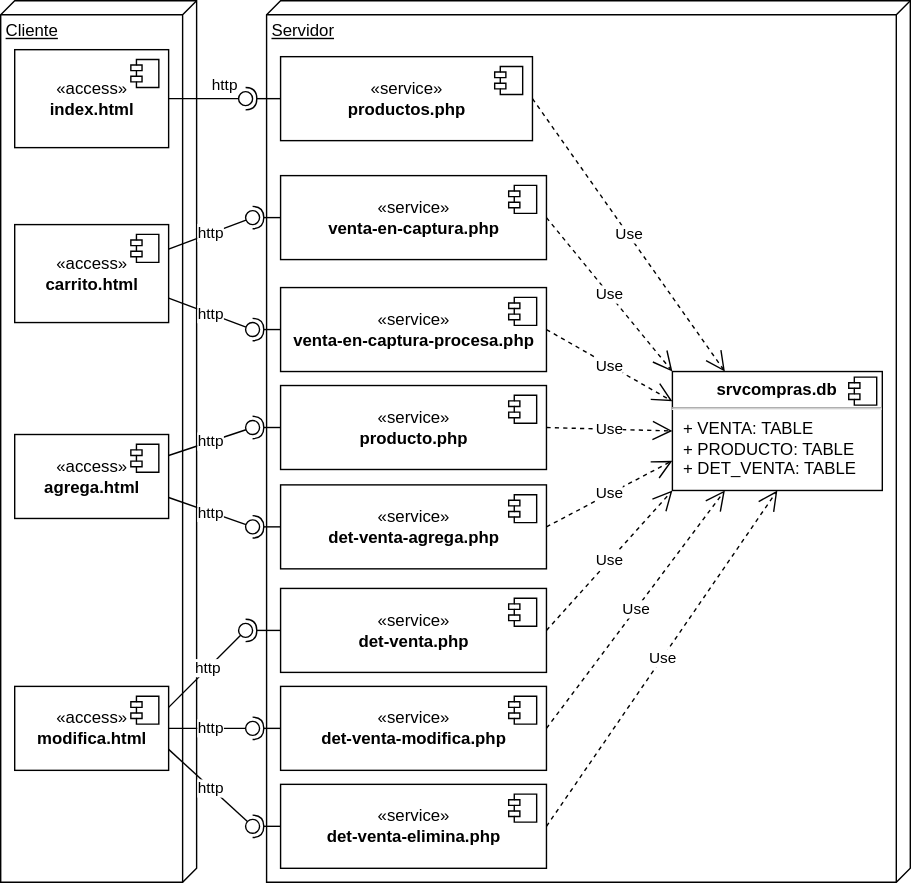
The draw.io diagram img/m21compras/comprasdeploy.drawio.svg in gilpgawoas/gilpgawoas.github.io, before a commit. Source tidied: cells renumbered, new cells last; positions are measured from the earlier drawing's top-left corner, leaving out a move shared by most shapes.
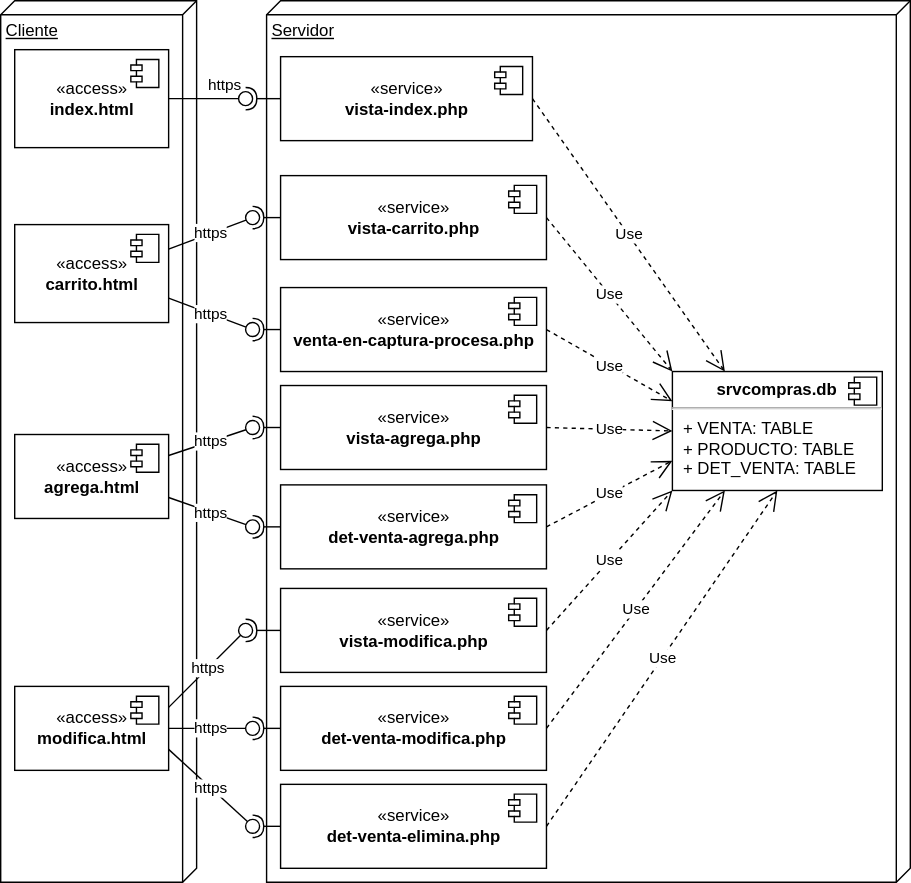
After the commit.

Diff of the diagram source:
```diff
@@ -16,7 +16,7 @@
     <mxCell id="5" value="Servidor" style="verticalAlign=top;align=left;spacingTop=8;spacingLeft=2;spacingRight=12;shape=cube;size=10;direction=south;fontStyle=4;html=1;" parent="1" vertex="1">
       <mxGeometry x="190" width="460" height="630" as="geometry" />
     </mxCell>
-    <mxCell id="6" value="«service»&lt;br&gt;&lt;b&gt;productos.php&lt;/b&gt;" style="html=1;" parent="1" vertex="1">
+    <mxCell id="6" value="«service»&lt;br&gt;&lt;b&gt;vista-index.php&lt;/b&gt;" style="html=1;" parent="1" vertex="1">
       <mxGeometry x="200" y="40" width="180" height="60" as="geometry" />
     </mxCell>
     <mxCell id="7" style="shape=module;jettyWidth=8;jettyHeight=4;" parent="6" vertex="1">
@@ -60,7 +60,7 @@
         <mxPoint x="-27" y="7" as="offset" />
       </mxGeometry>
     </mxCell>
-    <mxCell id="18" value="«service»&lt;br&gt;&lt;b&gt;venta-en-captura.php&lt;/b&gt;" style="html=1;" parent="1" vertex="1">
+    <mxCell id="18" value="«service»&lt;br&gt;&lt;b&gt;vista-carrito.php&lt;/b&gt;" style="html=1;" parent="1" vertex="1">
       <mxGeometry x="200" y="125" width="190" height="60" as="geometry" />
     </mxCell>
     <mxCell id="19" style="shape=module;jettyWidth=8;jettyHeight=4;" parent="18" vertex="1">
@@ -68,7 +68,7 @@
         <mxPoint x="-27" y="7" as="offset" />
       </mxGeometry>
     </mxCell>
-    <mxCell id="20" value="«service»&lt;br&gt;&lt;b&gt;producto.php&lt;/b&gt;" style="html=1;" parent="1" vertex="1">
+    <mxCell id="20" value="«service»&lt;br&gt;&lt;b&gt;vista-agrega.php&lt;/b&gt;" style="html=1;" parent="1" vertex="1">
       <mxGeometry x="200" y="275" width="190" height="60" as="geometry" />
     </mxCell>
     <mxCell id="21" style="shape=module;jettyWidth=8;jettyHeight=4;" parent="20" vertex="1">
@@ -84,7 +84,7 @@
         <mxPoint x="-27" y="7" as="offset" />
       </mxGeometry>
     </mxCell>
-    <mxCell id="24" value="«service»&lt;br&gt;&lt;b&gt;det-venta.php&lt;/b&gt;" style="html=1;" parent="1" vertex="1">
+    <mxCell id="24" value="«service»&lt;br&gt;&lt;b&gt;vista-modifica.php&lt;/b&gt;" style="html=1;" parent="1" vertex="1">
       <mxGeometry x="200" y="420" width="190" height="60" as="geometry" />
     </mxCell>
     <mxCell id="25" style="shape=module;jettyWidth=8;jettyHeight=4;" parent="24" vertex="1">
@@ -101,7 +101,7 @@
         <mxPoint x="170" y="430" as="targetPoint" />
       </mxGeometry>
     </mxCell>
-    <mxCell id="28" value="http" style="rounded=0;jettySize=auto;html=1;endArrow=none;endFill=0;sketch=0;sourcePerimeterSpacing=0;targetPerimeterSpacing=0;exitX=1;exitY=0.5;exitDx=0;exitDy=0;" parent="1" edge="1" source="3" target="30">
+    <mxCell id="28" value="https" style="rounded=0;jettySize=auto;html=1;endArrow=none;endFill=0;sketch=0;sourcePerimeterSpacing=0;targetPerimeterSpacing=0;exitX=1;exitY=0.5;exitDx=0;exitDy=0;" parent="1" edge="1" source="3" target="30">
       <mxGeometry x="0.6" y="10" relative="1" as="geometry" />
     </mxCell>
     <mxCell id="29" style="rounded=0;jettySize=auto;html=1;endArrow=halfCircle;endFill=0;entryX=0.5;entryY=0.5;endSize=6;strokeWidth=1;sketch=0;exitX=0;exitY=0.5;exitDx=0;exitDy=0;" parent="1" edge="1" source="6" target="30">
@@ -149,7 +149,7 @@
         <mxPoint x="200" y="155" as="sourcePoint" />
       </mxGeometry>
     </mxCell>
-    <mxCell id="42" value="http" style="rounded=0;jettySize=auto;html=1;endArrow=oval;endFill=0;sketch=0;sourcePerimeterSpacing=0;targetPerimeterSpacing=0;endSize=10;exitX=1;exitY=0.25;exitDx=0;exitDy=0;" parent="1" edge="1" source="39" target="43">
+    <mxCell id="42" value="https" style="rounded=0;jettySize=auto;html=1;endArrow=oval;endFill=0;sketch=0;sourcePerimeterSpacing=0;targetPerimeterSpacing=0;endSize=10;exitX=1;exitY=0.25;exitDx=0;exitDy=0;" parent="1" edge="1" source="39" target="43">
       <mxGeometry relative="1" as="geometry" />
     </mxCell>
     <mxCell id="43" style="ellipse;whiteSpace=wrap;html=1;align=center;fillColor=none;strokeColor=none;perimeter=centerPerimeter;points=[];outlineConnect=1;" parent="1" vertex="1">
@@ -160,7 +160,7 @@
         <mxPoint x="200" y="235" as="sourcePoint" />
       </mxGeometry>
     </mxCell>
-    <mxCell id="45" value="http" style="rounded=0;jettySize=auto;html=1;endArrow=oval;endFill=0;sketch=0;sourcePerimeterSpacing=0;targetPerimeterSpacing=0;endSize=10;exitX=1;exitY=0.75;exitDx=0;exitDy=0;" parent="1" edge="1" source="39" target="46">
+    <mxCell id="45" value="https" style="rounded=0;jettySize=auto;html=1;endArrow=oval;endFill=0;sketch=0;sourcePerimeterSpacing=0;targetPerimeterSpacing=0;endSize=10;exitX=1;exitY=0.75;exitDx=0;exitDy=0;" parent="1" edge="1" source="39" target="46">
       <mxGeometry relative="1" as="geometry" />
     </mxCell>
     <mxCell id="46" style="ellipse;whiteSpace=wrap;html=1;align=center;fillColor=none;strokeColor=none;perimeter=centerPerimeter;points=[];outlineConnect=1;" parent="1" vertex="1">
@@ -171,7 +171,7 @@
         <mxPoint x="200" y="305" as="sourcePoint" />
       </mxGeometry>
     </mxCell>
-    <mxCell id="48" value="http" style="rounded=0;jettySize=auto;html=1;endArrow=oval;endFill=0;sketch=0;sourcePerimeterSpacing=0;targetPerimeterSpacing=0;endSize=10;exitX=1;exitY=0.25;exitDx=0;exitDy=0;" parent="1" edge="1" source="14" target="49">
+    <mxCell id="48" value="https" style="rounded=0;jettySize=auto;html=1;endArrow=oval;endFill=0;sketch=0;sourcePerimeterSpacing=0;targetPerimeterSpacing=0;endSize=10;exitX=1;exitY=0.25;exitDx=0;exitDy=0;" parent="1" edge="1" source="14" target="49">
       <mxGeometry relative="1" as="geometry" />
     </mxCell>
     <mxCell id="49" style="ellipse;whiteSpace=wrap;html=1;align=center;fillColor=none;strokeColor=none;perimeter=centerPerimeter;points=[];outlineConnect=1;" parent="1" vertex="1">
@@ -182,7 +182,7 @@
         <mxPoint x="200" y="376" as="sourcePoint" />
       </mxGeometry>
     </mxCell>
-    <mxCell id="51" value="http" style="rounded=0;jettySize=auto;html=1;endArrow=oval;endFill=0;sketch=0;sourcePerimeterSpacing=0;targetPerimeterSpacing=0;endSize=10;exitX=1;exitY=0.75;exitDx=0;exitDy=0;" parent="1" edge="1" source="14" target="52">
+    <mxCell id="51" value="https" style="rounded=0;jettySize=auto;html=1;endArrow=oval;endFill=0;sketch=0;sourcePerimeterSpacing=0;targetPerimeterSpacing=0;endSize=10;exitX=1;exitY=0.75;exitDx=0;exitDy=0;" parent="1" edge="1" source="14" target="52">
       <mxGeometry relative="1" as="geometry" />
     </mxCell>
     <mxCell id="52" style="ellipse;whiteSpace=wrap;html=1;align=center;fillColor=none;strokeColor=none;perimeter=centerPerimeter;points=[];outlineConnect=1;" parent="1" vertex="1">
@@ -213,7 +213,7 @@
     <mxCell id="59" style="rounded=0;jettySize=auto;html=1;endArrow=halfCircle;endFill=0;endSize=6;strokeWidth=1;sketch=0;exitX=0;exitY=0.5;exitDx=0;exitDy=0;" parent="1" edge="1" source="24" target="61">
       <mxGeometry relative="1" as="geometry" />
     </mxCell>
-    <mxCell id="60" value="http" style="rounded=0;jettySize=auto;html=1;endArrow=oval;endFill=0;sketch=0;sourcePerimeterSpacing=0;targetPerimeterSpacing=0;endSize=10;exitX=1;exitY=0.25;exitDx=0;exitDy=0;" parent="1" edge="1" source="16" target="61">
+    <mxCell id="60" value="https" style="rounded=0;jettySize=auto;html=1;endArrow=oval;endFill=0;sketch=0;sourcePerimeterSpacing=0;targetPerimeterSpacing=0;endSize=10;exitX=1;exitY=0.25;exitDx=0;exitDy=0;" parent="1" edge="1" source="16" target="61">
       <mxGeometry relative="1" as="geometry" />
     </mxCell>
     <mxCell id="61" style="ellipse;whiteSpace=wrap;html=1;align=center;fillColor=none;strokeColor=none;perimeter=centerPerimeter;points=[];outlineConnect=1;" parent="1" vertex="1">
@@ -224,7 +224,7 @@
         <mxPoint x="200" y="520" as="sourcePoint" />
       </mxGeometry>
     </mxCell>
-    <mxCell id="63" value="http" style="rounded=0;jettySize=auto;html=1;endArrow=oval;endFill=0;sketch=0;sourcePerimeterSpacing=0;targetPerimeterSpacing=0;endSize=10;exitX=1;exitY=0.5;exitDx=0;exitDy=0;" parent="1" edge="1" source="16" target="64">
+    <mxCell id="63" value="https" style="rounded=0;jettySize=auto;html=1;endArrow=oval;endFill=0;sketch=0;sourcePerimeterSpacing=0;targetPerimeterSpacing=0;endSize=10;exitX=1;exitY=0.5;exitDx=0;exitDy=0;" parent="1" edge="1" source="16" target="64">
       <mxGeometry relative="1" as="geometry" />
     </mxCell>
     <mxCell id="64" style="ellipse;whiteSpace=wrap;html=1;align=center;fillColor=none;strokeColor=none;perimeter=centerPerimeter;points=[];outlineConnect=1;" parent="1" vertex="1">
@@ -235,7 +235,7 @@
         <mxPoint x="200" y="590" as="sourcePoint" />
       </mxGeometry>
     </mxCell>
-    <mxCell id="66" value="http" style="rounded=0;jettySize=auto;html=1;endArrow=oval;endFill=0;sketch=0;sourcePerimeterSpacing=0;targetPerimeterSpacing=0;endSize=10;exitX=1;exitY=0.75;exitDx=0;exitDy=0;" parent="1" edge="1" source="16" target="67">
+    <mxCell id="66" value="https" style="rounded=0;jettySize=auto;html=1;endArrow=oval;endFill=0;sketch=0;sourcePerimeterSpacing=0;targetPerimeterSpacing=0;endSize=10;exitX=1;exitY=0.75;exitDx=0;exitDy=0;" parent="1" edge="1" source="16" target="67">
       <mxGeometry relative="1" as="geometry" />
     </mxCell>
     <mxCell id="67" style="ellipse;whiteSpace=wrap;html=1;align=center;fillColor=none;strokeColor=none;perimeter=centerPerimeter;points=[];outlineConnect=1;" parent="1" vertex="1">
```
